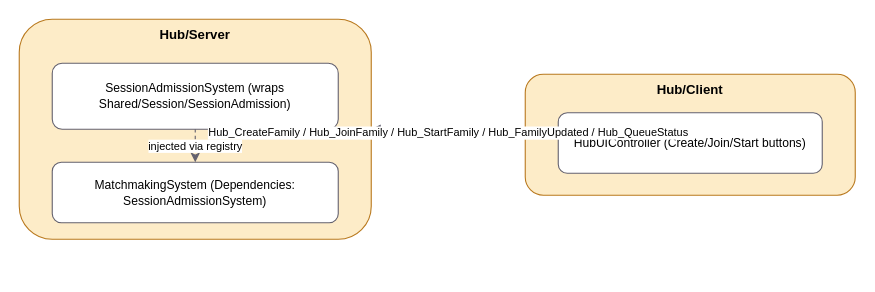
Before: page "03 Hub Component" (4 of 14) of docs/diagrams/drawio/jatinangor-architecture.drawio in GIMxKAT/Jatinangor-Paradox, a draw.io diagram. Source tidied: cells renumbered, new cells numbered last; positions are measured from the earlier drawing's top-left corner, leaving out a move shared by most shapes. Both pictures are drawn from the tidied source at 110%, with x=0, y=0 at pixel (19, 19).
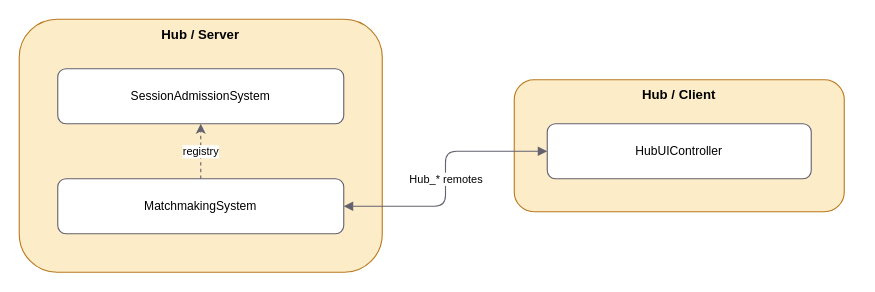
Above is the later version.

Change to the diagram source:
```diff
@@
 <mxGraphModel>
   <root>
     <mxCell id="0" />
     <mxCell id="1" parent="0" />
-    <mxCell id="2" value="Hub/Server" style="rounded=1;whiteSpace=wrap;html=1;verticalAlign=top;fontStyle=1;fillColor=#FDECC8;strokeColor=#B9791E;fontSize=12;" parent="1" vertex="1">
-      <mxGeometry width="320" height="200" as="geometry" />
+    <mxCell id="2" value="Hub / Server" style="rounded=1;whiteSpace=wrap;html=1;verticalAlign=top;fontStyle=1;fillColor=#FDECC8;strokeColor=#B9791E;fontSize=12;" parent="1" vertex="1">
+      <mxGeometry width="330" height="230" as="geometry" />
     </mxCell>
-    <mxCell id="3" value="SessionAdmissionSystem (wraps Shared/Session/SessionAdmission)" style="rounded=1;whiteSpace=wrap;html=1;fillColor=#FFFFFF;strokeColor=#63616F;fontSize=11;" parent="1" vertex="1">
-      <mxGeometry x="30" y="40" width="260" height="60" as="geometry" />
+    <mxCell id="3" value="SessionAdmissionSystem" style="rounded=1;whiteSpace=wrap;html=1;fillColor=#FFFFFF;strokeColor=#63616F;fontSize=11;" parent="1" vertex="1">
+      <mxGeometry x="35" y="45" width="260" height="50" as="geometry" />
     </mxCell>
-    <mxCell id="4" value="MatchmakingSystem (Dependencies: SessionAdmissionSystem)" style="rounded=1;whiteSpace=wrap;html=1;fillColor=#FFFFFF;strokeColor=#63616F;fontSize=11;" parent="1" vertex="1">
-      <mxGeometry x="30" y="130" width="260" height="55" as="geometry" />
+    <mxCell id="4" value="MatchmakingSystem" style="rounded=1;whiteSpace=wrap;html=1;fillColor=#FFFFFF;strokeColor=#63616F;fontSize=11;" parent="1" vertex="1">
+      <mxGeometry x="35" y="145" width="260" height="50" as="geometry" />
     </mxCell>
-    <mxCell id="5" value="Hub/Client" style="rounded=1;whiteSpace=wrap;html=1;verticalAlign=top;fontStyle=1;fillColor=#FDECC8;strokeColor=#B9791E;fontSize=12;" parent="1" vertex="1">
-      <mxGeometry x="460" y="50" width="300" height="110" as="geometry" />
+    <mxCell id="5" value="Hub / Client" style="rounded=1;whiteSpace=wrap;html=1;verticalAlign=top;fontStyle=1;fillColor=#FDECC8;strokeColor=#B9791E;fontSize=12;" parent="1" vertex="1">
+      <mxGeometry x="450" y="55" width="300" height="120" as="geometry" />
     </mxCell>
-    <mxCell id="6" value="HubUIController (Create/Join/Start buttons)" style="rounded=1;whiteSpace=wrap;html=1;fillColor=#FFFFFF;strokeColor=#63616F;fontSize=11;" parent="1" vertex="1">
-      <mxGeometry x="490" y="85" width="240" height="55" as="geometry" />
+    <mxCell id="6" value="HubUIController" style="rounded=1;whiteSpace=wrap;html=1;fillColor=#FFFFFF;strokeColor=#63616F;fontSize=11;" parent="1" vertex="1">
+      <mxGeometry x="480" y="95" width="240" height="50" as="geometry" />
     </mxCell>
-    <mxCell id="7" value="injected via registry" style="edgeStyle=orthogonalEdgeStyle;html=1;dashed=1;fontSize=10;strokeColor=#63616F;" parent="1" edge="1" source="3" target="4">
+    <mxCell id="7" value="registry" style="edgeStyle=orthogonalEdgeStyle;html=1;dashed=1;fontSize=10;strokeColor=#63616F;" parent="1" edge="1" source="4" target="3">
       <mxGeometry relative="1" as="geometry" />
     </mxCell>
-    <mxCell id="8" value="Hub_CreateFamily / Hub_JoinFamily / Hub_StartFamily / Hub_FamilyUpdated / Hub_QueueStatus" style="edgeStyle=orthogonalEdgeStyle;html=1;fontSize=10;strokeColor=#63616F;startArrow=block;endArrow=block;" parent="1" edge="1" source="2" target="5">
+    <mxCell id="8" value="Hub_* remotes" style="edgeStyle=orthogonalEdgeStyle;html=1;fontSize=10;strokeColor=#63616F;startArrow=block;endArrow=block;" parent="1" edge="1" source="4" target="6">
       <mxGeometry relative="1" as="geometry" />
     </mxCell>
   </root>
 </mxGraphModel>
```
